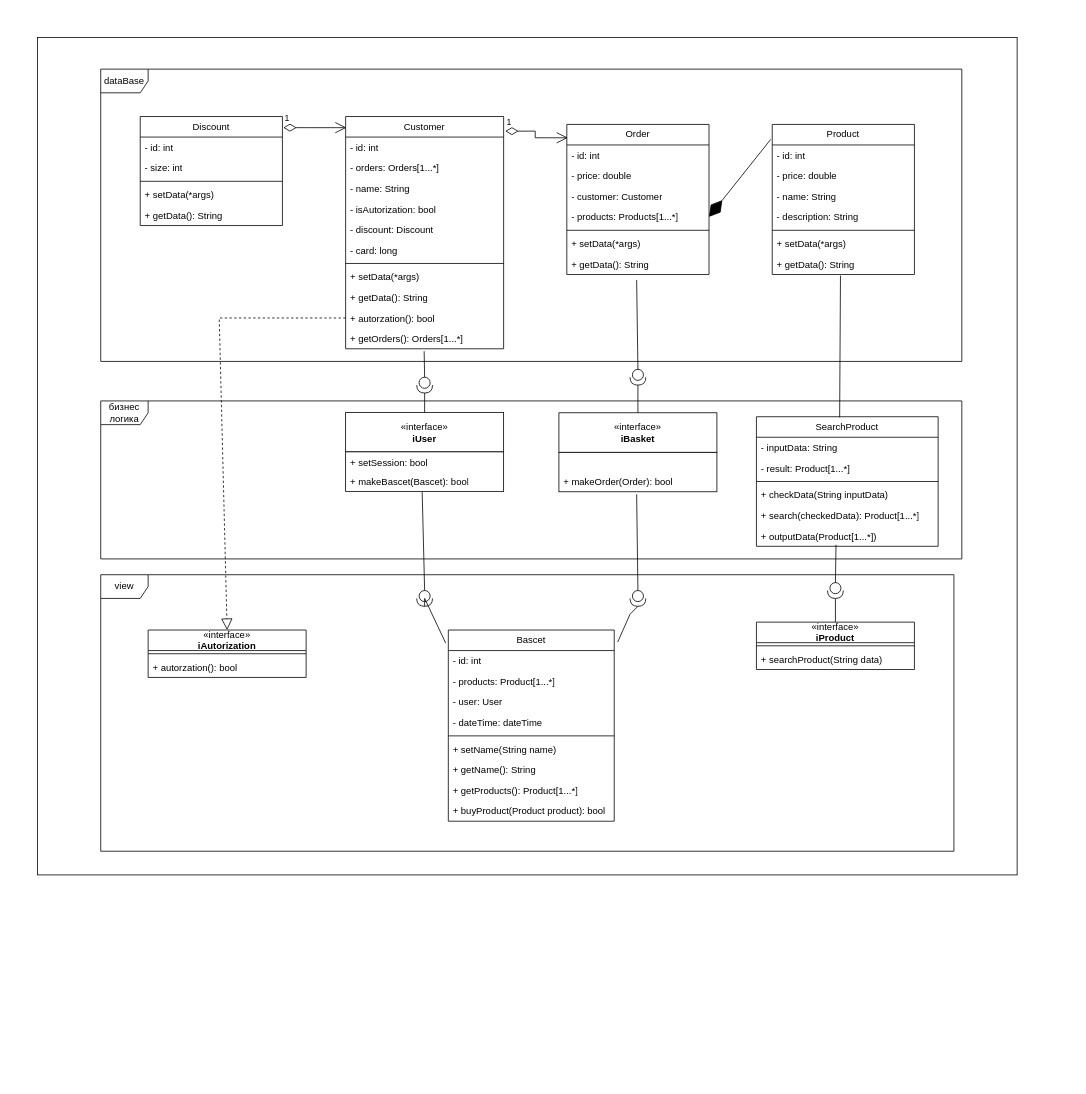
Above: hw5/marketplace uml.drawio in Ashka-08/architecture_hw (draw.io), before the change. Source tidied: cells renumbered, new cells numbered last; positions are measured from the earlier drawing's top-left corner, leaving out a move shared by most shapes. Both pictures are drawn from the tidied source at 79%, with x=0, y=0 at pixel (37, 37).
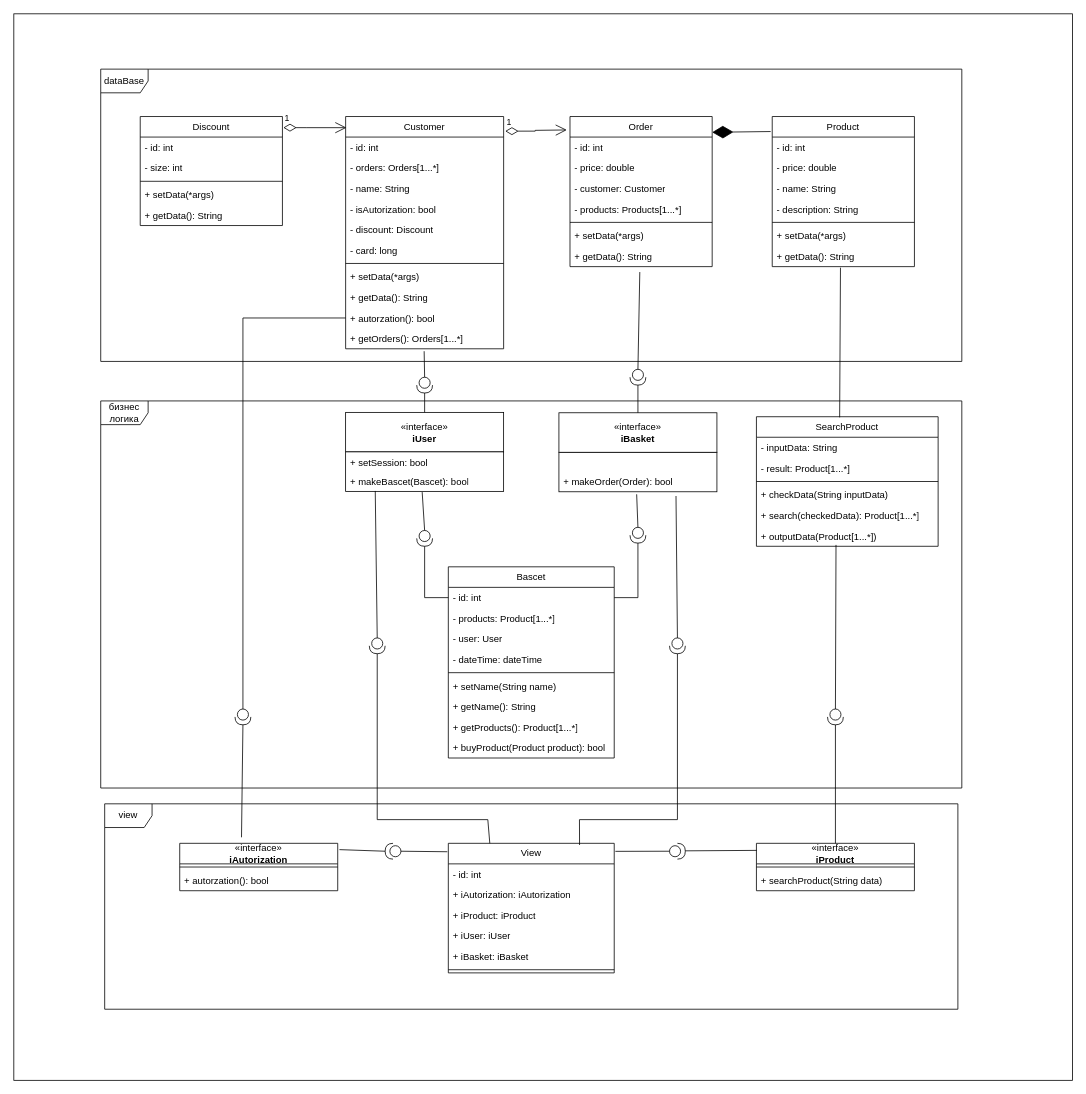
Above is the later version.

Commit message (it also covers changes not shown here):
add class view

Unchanged cells that the change refers to:
```xml
<mxCell id="3" value="Customer" style="swimlane;fontStyle=0;horizontal=1;startSize=26;fillColor=none;whiteSpace=wrap;html=1;" parent="1" vertex="1">
  <mxGeometry x="390" y="100" width="200" height="294" as="geometry" />
</mxCell>
<mxCell id="13" value="+ autorzation(): bool" style="text;strokeColor=none;fillColor=none;align=left;verticalAlign=top;spacingLeft=4;spacingRight=4;overflow=hidden;points=[[0,0.5],[1,0.5]];portConstraint=eastwest;whiteSpace=wrap;html=1;" parent="3" vertex="1">
  <mxGeometry y="242" width="200" height="26" as="geometry" />
</mxCell>
<mxCell id="24" value="- id: int" style="text;strokeColor=none;fillColor=none;align=left;verticalAlign=top;spacingLeft=4;spacingRight=4;overflow=hidden;points=[[0,0.5],[1,0.5]];portConstraint=eastwest;whiteSpace=wrap;html=1;" parent="23" vertex="1">
  <mxGeometry y="26" width="210" height="26" as="geometry" />
</mxCell>
<mxCell id="37" value="+ makeBascet(Bascet): bool" style="text;strokeColor=none;fillColor=none;align=left;verticalAlign=top;spacingLeft=4;spacingRight=4;overflow=hidden;points=[[0,0.5],[1,0.5]];portConstraint=eastwest;whiteSpace=wrap;html=1;" parent="33" vertex="1">
  <mxGeometry y="74" width="300" height="26" as="geometry" />
</mxCell>
<mxCell id="43" value="- products: Products[1...*]" style="text;strokeColor=none;fillColor=none;align=left;verticalAlign=top;spacingLeft=4;spacingRight=4;overflow=hidden;points=[[0,0.5],[1,0.5]];portConstraint=eastwest;whiteSpace=wrap;html=1;" parent="39" vertex="1">
  <mxGeometry y="104" width="180" height="26" as="geometry" />
</mxCell>
<mxCell id="66" value="+ makeOrder(Order): bool" style="text;strokeColor=none;fillColor=none;align=left;verticalAlign=top;spacingLeft=4;spacingRight=4;overflow=hidden;points=[[0,0.5],[1,0.5]];portConstraint=eastwest;whiteSpace=wrap;html=1;" parent="64" vertex="1">
  <mxGeometry y="74" width="300" height="26" as="geometry" />
</mxCell>
```

The edit, as a diff of the source:
```diff
@@
     <mxCell id="2" style="html=1;whiteSpace=wrap;" parent="1" vertex="1">
-      <mxGeometry width="1240" height="1060" as="geometry" />
+      <mxGeometry x="-30" y="-30" width="1340" height="1350" as="geometry" />
     </mxCell>
@@
     <mxCell id="15" value="Product" style="swimlane;fontStyle=0;horizontal=1;startSize=26;fillColor=none;whiteSpace=wrap;html=1;" parent="1" vertex="1">
-      <mxGeometry x="930" y="110" width="180" height="190" as="geometry" />
+      <mxGeometry x="930" y="100" width="180" height="190" as="geometry" />
     </mxCell>
@@
     <mxCell id="23" value="Bascet" style="swimlane;fontStyle=0;horizontal=1;startSize=26;fillColor=none;whiteSpace=wrap;html=1;" parent="1" vertex="1">
-      <mxGeometry x="520" y="750" width="210" height="242" as="geometry" />
+      <mxGeometry x="520" y="670" width="210" height="242" as="geometry" />
     </mxCell>
@@
     <mxCell id="39" value="Order" style="swimlane;fontStyle=0;horizontal=1;startSize=26;fillColor=none;whiteSpace=wrap;html=1;" parent="1" vertex="1">
-      <mxGeometry x="670" y="110" width="180" height="190" as="geometry" />
+      <mxGeometry x="674" y="100" width="180" height="190" as="geometry" />
     </mxCell>
@@
     <mxCell id="47" style="shape=providedRequiredInterface;html=1;verticalLabelPosition=bottom;sketch=0;rotation=90;" parent="1" vertex="1">
-      <mxGeometry x="480" y="700" width="20" height="20" as="geometry" />
+      <mxGeometry x="480" y="624" width="20" height="20" as="geometry" />
     </mxCell>
@@
-    <mxCell id="49" style="endArrow=diamondThin;endFill=1;endSize=24;html=1;rounded=0;entryX=1;entryY=0.5;entryDx=0;entryDy=0;exitX=-0.011;exitY=0.1;exitDx=0;exitDy=0;exitPerimeter=0;" parent="1" edge="1" source="15" target="43">
+    <mxCell id="49" style="endArrow=diamondThin;endFill=1;endSize=24;html=1;rounded=0;entryX=1;entryY=0.105;entryDx=0;entryDy=0;exitX=-0.011;exitY=0.1;exitDx=0;exitDy=0;exitPerimeter=0;entryPerimeter=0;" parent="1" edge="1" source="15" target="39">
       <mxGeometry relative="1" as="geometry" />
     </mxCell>
@@
-    <mxCell id="56" value="1" style="endArrow=open;html=1;endSize=12;startArrow=diamondThin;startSize=14;startFill=0;edgeStyle=orthogonalEdgeStyle;align=left;verticalAlign=bottom;rounded=0;exitX=1.01;exitY=0.063;exitDx=0;exitDy=0;exitPerimeter=0;entryX=0.007;entryY=0.089;entryDx=0;entryDy=0;entryPerimeter=0;" parent="1" edge="1" source="3" target="39">
-      <mxGeometry x="-1" y="3" relative="1" as="geometry" />
+    <mxCell id="56" value="1" style="endArrow=open;html=1;endSize=12;startArrow=diamondThin;startSize=14;startFill=0;edgeStyle=orthogonalEdgeStyle;align=left;verticalAlign=bottom;rounded=0;exitX=1.01;exitY=0.063;exitDx=0;exitDy=0;exitPerimeter=0;" parent="1" edge="1" source="3">
+      <mxGeometry x="-1" y="3" relative="1" as="geometry">
+        <mxPoint x="670" y="117" as="targetPoint" />
+      </mxGeometry>
     </mxCell>
@@
     <mxCell id="59" value="«interface»&lt;br style=&quot;border-color: var(--border-color);&quot;&gt;&lt;b style=&quot;border-color: var(--border-color);&quot;&gt;iAutorization&lt;/b&gt;" style="swimlane;fontStyle=0;horizontal=1;startSize=26;fillColor=none;whiteSpace=wrap;html=1;" parent="1" vertex="1">
-      <mxGeometry x="140" y="750" width="200" height="60" as="geometry" />
+      <mxGeometry x="180" y="1020" width="200" height="60" as="geometry" />
     </mxCell>
@@
-    <mxCell id="62" style="endArrow=block;dashed=1;endFill=0;endSize=12;html=1;rounded=0;entryX=0.5;entryY=0;entryDx=0;entryDy=0;exitX=0;exitY=0.5;exitDx=0;exitDy=0;" parent="1" edge="1" source="13" target="59">
-      <mxGeometry relative="1" as="geometry">
-        <Array as="points">
-          <mxPoint x="230" y="355" />
-        </Array>
-      </mxGeometry>
-    </mxCell>
@@
     <mxCell id="68" style="shape=providedRequiredInterface;html=1;verticalLabelPosition=bottom;sketch=0;rotation=90;" parent="1" vertex="1">
-      <mxGeometry x="750" y="700" width="20" height="20" as="geometry" />
+      <mxGeometry x="750" y="620" width="20" height="20" as="geometry" />
     </mxCell>
-    <mxCell id="69" style="endArrow=none;html=1;rounded=0;entryX=1;entryY=0.5;entryDx=0;entryDy=0;entryPerimeter=0;exitX=1.021;exitY=0.063;exitDx=0;exitDy=0;exitPerimeter=0;" parent="1" edge="1" source="23" target="68">
+    <mxCell id="69" style="endArrow=none;html=1;rounded=0;entryX=1;entryY=0.5;entryDx=0;entryDy=0;entryPerimeter=0;exitX=1;exitY=0.5;exitDx=0;exitDy=0;" parent="1" edge="1" source="24" target="68">
       <mxGeometry relative="1" as="geometry">
         <Array as="points">
-          <mxPoint x="750" y="730" />
+          <mxPoint x="760" y="709" />
         </Array>
       </mxGeometry>
     </mxCell>
@@
-    <mxCell id="75" style="endArrow=none;html=1;rounded=0;entryX=1;entryY=0.5;entryDx=0;entryDy=0;entryPerimeter=0;exitX=-0.016;exitY=0.068;exitDx=0;exitDy=0;exitPerimeter=0;" parent="1" edge="1" source="23" target="47">
+    <mxCell id="75" style="endArrow=none;html=1;rounded=0;entryX=1;entryY=0.5;entryDx=0;entryDy=0;entryPerimeter=0;exitX=0;exitY=0.5;exitDx=0;exitDy=0;" parent="1" edge="1" source="24" target="47">
       <mxGeometry relative="1" as="geometry">
         <Array as="points">
-          <mxPoint x="490" y="710" />
+          <mxPoint x="490" y="709" />
         </Array>
       </mxGeometry>
     </mxCell>
     <mxCell id="76" value="бизнес логика" style="shape=umlFrame;whiteSpace=wrap;html=1;" parent="1" vertex="1">
-      <mxGeometry x="80" y="460" width="1090" height="200" as="geometry" />
+      <mxGeometry x="80" y="460" width="1090" height="490" as="geometry" />
     </mxCell>
     <mxCell id="77" value="«interface»&lt;br style=&quot;border-color: var(--border-color);&quot;&gt;&lt;b style=&quot;border-color: var(--border-color);&quot;&gt;iProduct&lt;/b&gt;" style="swimlane;fontStyle=0;horizontal=1;startSize=26;fillColor=none;whiteSpace=wrap;html=1;" parent="1" vertex="1">
-      <mxGeometry x="910" y="740" width="200" height="60" as="geometry" />
+      <mxGeometry x="910" y="1020" width="200" height="60" as="geometry" />
     </mxCell>
@@
     <mxCell id="87" style="shape=providedRequiredInterface;html=1;verticalLabelPosition=bottom;sketch=0;rotation=90;" parent="1" vertex="1">
-      <mxGeometry x="1000" y="690" width="20" height="20" as="geometry" />
+      <mxGeometry x="1000" y="850" width="20" height="20" as="geometry" />
     </mxCell>
@@
     <mxCell id="91" value="view" style="shape=umlFrame;whiteSpace=wrap;html=1;" parent="1" vertex="1">
-      <mxGeometry x="80" y="680" width="1080" height="350" as="geometry" />
+      <mxGeometry x="85" y="970" width="1080" height="260" as="geometry" />
     </mxCell>
+    <mxCell id="92" style="shape=providedRequiredInterface;html=1;verticalLabelPosition=bottom;sketch=0;rotation=90;" parent="1" vertex="1">
+      <mxGeometry x="250" y="850" width="20" height="20" as="geometry" />
+    </mxCell>
+    <mxCell id="93" style="endArrow=none;html=1;rounded=0;entryX=0;entryY=0.5;entryDx=0;entryDy=0;exitX=0;exitY=0.5;exitDx=0;exitDy=0;exitPerimeter=0;" parent="1" edge="1" source="92" target="13">
+      <mxGeometry relative="1" as="geometry">
+        <Array as="points">
+          <mxPoint x="260" y="355" />
+        </Array>
+      </mxGeometry>
+    </mxCell>
+    <mxCell id="94" style="endArrow=none;html=1;rounded=0;entryX=1;entryY=0.5;entryDx=0;entryDy=0;entryPerimeter=0;exitX=0.391;exitY=-0.127;exitDx=0;exitDy=0;exitPerimeter=0;" parent="1" edge="1" source="59" target="92">
+      <mxGeometry relative="1" as="geometry" />
+    </mxCell>
+    <mxCell id="95" value="View" style="swimlane;fontStyle=0;horizontal=1;startSize=26;fillColor=none;whiteSpace=wrap;html=1;" parent="1" vertex="1">
+      <mxGeometry x="520" y="1020" width="210" height="164" as="geometry" />
+    </mxCell>
+    <mxCell id="96" value="- id: int" style="text;strokeColor=none;fillColor=none;align=left;verticalAlign=top;spacingLeft=4;spacingRight=4;overflow=hidden;whiteSpace=wrap;html=1;" parent="95" vertex="1">
+      <mxGeometry y="26" width="210" height="26" as="geometry" />
+    </mxCell>
+    <mxCell id="97" value="+&amp;nbsp;&lt;span style=&quot;border-color: var(--border-color); text-align: center;&quot;&gt;iAutorization:&amp;nbsp;&lt;/span&gt;&lt;span style=&quot;border-color: var(--border-color); text-align: center;&quot;&gt;iAutorization&lt;/span&gt;" style="text;strokeColor=none;fillColor=none;align=left;verticalAlign=top;spacingLeft=4;spacingRight=4;overflow=hidden;whiteSpace=wrap;html=1;" parent="95" vertex="1">
+      <mxGeometry y="52" width="210" height="26" as="geometry" />
+    </mxCell>
+    <mxCell id="98" value="+&amp;nbsp;&lt;span style=&quot;border-color: var(--border-color); text-align: center;&quot;&gt;iProduct:&amp;nbsp;iProduct&lt;/span&gt;" style="text;strokeColor=none;fillColor=none;align=left;verticalAlign=top;spacingLeft=4;spacingRight=4;overflow=hidden;whiteSpace=wrap;html=1;" parent="95" vertex="1">
+      <mxGeometry y="78" width="210" height="26" as="geometry" />
+    </mxCell>
+    <mxCell id="99" value="+ iUser:&amp;nbsp;iUser" style="text;strokeColor=none;fillColor=none;align=left;verticalAlign=top;spacingLeft=4;spacingRight=4;overflow=hidden;whiteSpace=wrap;html=1;" parent="95" vertex="1">
+      <mxGeometry y="104" width="210" height="26" as="geometry" />
+    </mxCell>
+    <mxCell id="100" value="+ iBasket:&amp;nbsp;iBasket" style="text;strokeColor=none;fillColor=none;align=left;verticalAlign=top;spacingLeft=4;spacingRight=4;overflow=hidden;whiteSpace=wrap;html=1;" parent="95" vertex="1">
+      <mxGeometry y="130" width="210" height="26" as="geometry" />
+    </mxCell>
+    <mxCell id="101" style="line;strokeWidth=1;fillColor=none;align=left;verticalAlign=middle;spacingTop=-1;spacingLeft=3;spacingRight=3;labelPosition=right;strokeColor=inherit;" parent="95" vertex="1">
+      <mxGeometry y="156" width="210" height="8" as="geometry" />
+    </mxCell>
+    <mxCell id="102" style="shape=providedRequiredInterface;html=1;verticalLabelPosition=bottom;sketch=0;" parent="1" vertex="1">
+      <mxGeometry x="800" y="1020" width="20" height="20" as="geometry" />
+    </mxCell>
+    <mxCell id="103" style="endArrow=none;html=1;rounded=0;entryX=0;entryY=0.5;entryDx=0;entryDy=0;entryPerimeter=0;exitX=1.007;exitY=0.062;exitDx=0;exitDy=0;exitPerimeter=0;" parent="1" edge="1" source="95" target="102">
+      <mxGeometry relative="1" as="geometry" />
+    </mxCell>
+    <mxCell id="104" style="endArrow=none;html=1;rounded=0;entryX=0.002;entryY=0.149;entryDx=0;entryDy=0;entryPerimeter=0;exitX=1;exitY=0.475;exitDx=0;exitDy=0;exitPerimeter=0;" parent="1" edge="1" source="102" target="77">
+      <mxGeometry relative="1" as="geometry" />
+    </mxCell>
+    <mxCell id="105" style="shape=providedRequiredInterface;html=1;verticalLabelPosition=bottom;sketch=0;rotation=-180;" parent="1" vertex="1">
+      <mxGeometry x="440" y="1020" width="20" height="20" as="geometry" />
+    </mxCell>
+    <mxCell id="106" style="endArrow=none;html=1;rounded=0;entryX=0;entryY=0.5;entryDx=0;entryDy=0;entryPerimeter=0;exitX=-0.006;exitY=0.065;exitDx=0;exitDy=0;exitPerimeter=0;" parent="1" edge="1" source="95" target="105">
+      <mxGeometry relative="1" as="geometry" />
+    </mxCell>
+    <mxCell id="107" style="endArrow=none;html=1;rounded=0;entryX=1.011;entryY=0.133;entryDx=0;entryDy=0;entryPerimeter=0;exitX=1;exitY=0.5;exitDx=0;exitDy=0;exitPerimeter=0;" parent="1" edge="1" source="105" target="59">
+      <mxGeometry relative="1" as="geometry" />
+    </mxCell>
+    <mxCell id="108" style="shape=providedRequiredInterface;html=1;verticalLabelPosition=bottom;sketch=0;rotation=90;" parent="1" vertex="1">
+      <mxGeometry x="800" y="760" width="20" height="20" as="geometry" />
+    </mxCell>
+    <mxCell id="109" style="endArrow=none;html=1;rounded=0;entryX=0;entryY=0.5;entryDx=0;entryDy=0;entryPerimeter=0;exitX=0.494;exitY=1.206;exitDx=0;exitDy=0;exitPerimeter=0;" parent="1" edge="1" source="66" target="108">
+      <mxGeometry relative="1" as="geometry" />
+    </mxCell>
+    <mxCell id="110" style="endArrow=none;html=1;rounded=0;entryX=0.791;entryY=0.013;entryDx=0;entryDy=0;entryPerimeter=0;exitX=1;exitY=0.5;exitDx=0;exitDy=0;exitPerimeter=0;" parent="1" edge="1" source="108" target="95">
+      <mxGeometry relative="1" as="geometry">
+        <Array as="points">
+          <mxPoint x="810" y="990" />
+          <mxPoint x="686" y="990" />
+        </Array>
+      </mxGeometry>
+    </mxCell>
+    <mxCell id="111" style="shape=providedRequiredInterface;html=1;verticalLabelPosition=bottom;sketch=0;rotation=90;" parent="1" vertex="1">
+      <mxGeometry x="420" y="760" width="20" height="20" as="geometry" />
+    </mxCell>
+    <mxCell id="112" style="endArrow=none;html=1;rounded=0;entryX=0;entryY=0.5;entryDx=0;entryDy=0;entryPerimeter=0;exitX=0.125;exitY=0.979;exitDx=0;exitDy=0;exitPerimeter=0;" parent="1" edge="1" source="37" target="111">
+      <mxGeometry relative="1" as="geometry" />
+    </mxCell>
+    <mxCell id="113" style="endArrow=none;html=1;rounded=0;entryX=1;entryY=0.5;entryDx=0;entryDy=0;entryPerimeter=0;exitX=0.25;exitY=0;exitDx=0;exitDy=0;" parent="1" edge="1" source="95" target="111">
+      <mxGeometry relative="1" as="geometry">
+        <Array as="points">
+          <mxPoint x="570" y="990" />
+          <mxPoint x="430" y="990" />
+        </Array>
+      </mxGeometry>
+    </mxCell>
```
